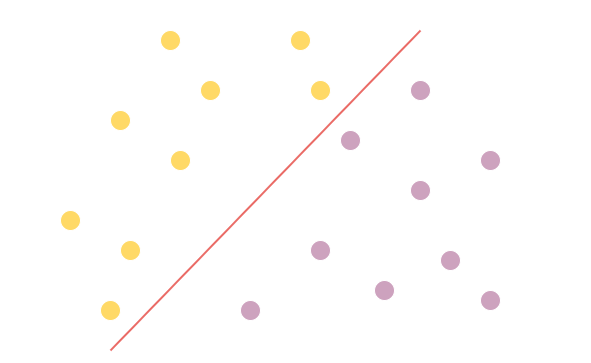
This is figures/lfi_svm.png from stefan-beuchert/HandGestureRecognizer, a draw.io export, as it was before one commit. Source tidied: cells renumbered, new cells last; positions are measured from the earlier drawing's top-left corner, leaving out a move shared by most shapes. Its diagram source:
```xml
<mxGraphModel background="#4D4D4D">
  <root>
    <mxCell id="0" />
    <mxCell id="1" parent="0" />
    <mxCell id="2" style="endArrow=classic;html=1;rounded=0;strokeColor=#FFFFFF;strokeWidth=2;" parent="1" edge="1">
      <mxGeometry relative="1" as="geometry">
        <mxPoint x="50" y="340" as="sourcePoint" />
        <mxPoint x="50" y="20" as="targetPoint" />
      </mxGeometry>
    </mxCell>
    <mxCell id="3" style="endArrow=classic;html=1;rounded=0;strokeColor=#FFFFFF;strokeWidth=2;" parent="1" edge="1">
      <mxGeometry relative="1" as="geometry">
        <mxPoint x="50" y="340" as="sourcePoint" />
        <mxPoint x="540" y="340" as="targetPoint" />
      </mxGeometry>
    </mxCell>
    <mxCell id="4" style="endArrow=none;html=1;rounded=0;strokeColor=#EA6B66;strokeWidth=2;" parent="1" edge="1">
      <mxGeometry relative="1" as="geometry">
        <mxPoint x="110" y="350" as="sourcePoint" />
        <mxPoint x="420" y="30" as="targetPoint" />
      </mxGeometry>
    </mxCell>
    <mxCell id="5" style="ellipse;whiteSpace=wrap;html=1;strokeColor=#FFFFFF;fillColor=#FFD966;" parent="1" vertex="1">
      <mxGeometry x="290" y="30" width="20" height="20" as="geometry" />
    </mxCell>
    <mxCell id="6" style="ellipse;whiteSpace=wrap;html=1;strokeColor=#FFFFFF;fillColor=#FFD966;" parent="1" vertex="1">
      <mxGeometry x="110" y="110" width="20" height="20" as="geometry" />
    </mxCell>
    <mxCell id="7" style="ellipse;whiteSpace=wrap;html=1;strokeColor=#FFFFFF;fillColor=#FFD966;" parent="1" vertex="1">
      <mxGeometry x="170" y="150" width="20" height="20" as="geometry" />
    </mxCell>
    <mxCell id="8" style="ellipse;whiteSpace=wrap;html=1;strokeColor=#FFFFFF;fillColor=#FFD966;" parent="1" vertex="1">
      <mxGeometry x="120" y="240" width="20" height="20" as="geometry" />
    </mxCell>
    <mxCell id="9" style="ellipse;whiteSpace=wrap;html=1;strokeColor=#FFFFFF;fillColor=#FFD966;" parent="1" vertex="1">
      <mxGeometry x="160" y="30" width="20" height="20" as="geometry" />
    </mxCell>
    <mxCell id="10" style="ellipse;whiteSpace=wrap;html=1;strokeColor=#FFFFFF;fillColor=#FFD966;" parent="1" vertex="1">
      <mxGeometry x="200" y="80" width="20" height="20" as="geometry" />
    </mxCell>
    <mxCell id="11" style="ellipse;whiteSpace=wrap;html=1;strokeColor=#FFFFFF;fillColor=#FFD966;" parent="1" vertex="1">
      <mxGeometry x="60" y="210" width="20" height="20" as="geometry" />
    </mxCell>
    <mxCell id="12" style="ellipse;whiteSpace=wrap;html=1;strokeColor=#FFFFFF;fillColor=#CDA2BE;" parent="1" vertex="1">
      <mxGeometry x="410" y="80" width="20" height="20" as="geometry" />
    </mxCell>
    <mxCell id="13" style="ellipse;whiteSpace=wrap;html=1;strokeColor=#FFFFFF;fillColor=#CDA2BE;" parent="1" vertex="1">
      <mxGeometry x="440" y="250" width="20" height="20" as="geometry" />
    </mxCell>
    <mxCell id="14" style="ellipse;whiteSpace=wrap;html=1;strokeColor=#FFFFFF;fillColor=#CDA2BE;" parent="1" vertex="1">
      <mxGeometry x="310" y="240" width="20" height="20" as="geometry" />
    </mxCell>
    <mxCell id="15" style="ellipse;whiteSpace=wrap;html=1;strokeColor=#FFFFFF;fillColor=#CDA2BE;" parent="1" vertex="1">
      <mxGeometry x="480" y="290" width="20" height="20" as="geometry" />
    </mxCell>
    <mxCell id="16" style="ellipse;whiteSpace=wrap;html=1;strokeColor=#FFFFFF;fillColor=#CDA2BE;" parent="1" vertex="1">
      <mxGeometry x="374" y="280" width="20" height="20" as="geometry" />
    </mxCell>
    <mxCell id="17" style="ellipse;whiteSpace=wrap;html=1;strokeColor=#FFFFFF;fillColor=#CDA2BE;" parent="1" vertex="1">
      <mxGeometry x="240" y="300" width="20" height="20" as="geometry" />
    </mxCell>
    <mxCell id="18" style="ellipse;whiteSpace=wrap;html=1;strokeColor=#FFFFFF;fillColor=#CDA2BE;" parent="1" vertex="1">
      <mxGeometry x="480" y="150" width="20" height="20" as="geometry" />
    </mxCell>
    <mxCell id="19" style="ellipse;whiteSpace=wrap;html=1;strokeColor=#FFFFFF;fillColor=#CDA2BE;" parent="1" vertex="1">
      <mxGeometry x="410" y="180" width="20" height="20" as="geometry" />
    </mxCell>
    <mxCell id="20" style="endArrow=none;dashed=1;html=1;rounded=0;strokeColor=#FFFFFF;strokeWidth=2;startArrow=none;" parent="1" edge="1" source="22">
      <mxGeometry relative="1" as="geometry">
        <mxPoint x="440" y="50" as="targetPoint" />
      </mxGeometry>
    </mxCell>
    <mxCell id="21" style="endArrow=none;dashed=1;html=1;rounded=0;strokeColor=#FFFFFF;strokeWidth=2;startArrow=none;" parent="1" edge="1" source="24">
      <mxGeometry relative="1" as="geometry">
        <mxPoint x="390" y="20" as="targetPoint" />
      </mxGeometry>
    </mxCell>
    <mxCell id="22" style="ellipse;whiteSpace=wrap;html=1;strokeColor=#FFFFFF;fillColor=#CDA2BE;" parent="1" vertex="1">
      <mxGeometry x="340" y="130" width="20" height="20" as="geometry" />
    </mxCell>
    <mxCell id="23" style="endArrow=none;dashed=1;html=1;rounded=0;strokeColor=#FFFFFF;strokeWidth=2;" parent="1" edge="1" target="22">
      <mxGeometry relative="1" as="geometry">
        <mxPoint x="140" y="360" as="sourcePoint" />
      </mxGeometry>
    </mxCell>
    <mxCell id="24" style="ellipse;whiteSpace=wrap;html=1;strokeColor=#FFFFFF;fillColor=#FFD966;" parent="1" vertex="1">
      <mxGeometry x="310" y="80" width="20" height="20" as="geometry" />
    </mxCell>
    <mxCell id="25" style="endArrow=none;dashed=1;html=1;rounded=0;strokeColor=#FFFFFF;strokeWidth=2;startArrow=none;" parent="1" edge="1" source="26" target="24">
      <mxGeometry relative="1" as="geometry" />
    </mxCell>
    <mxCell id="26" style="ellipse;whiteSpace=wrap;html=1;strokeColor=#FFFFFF;fillColor=#FFD966;" parent="1" vertex="1">
      <mxGeometry x="100" y="300" width="20" height="20" as="geometry" />
    </mxCell>
    <mxCell id="27" style="endArrow=none;dashed=1;html=1;rounded=0;strokeColor=#FFFFFF;strokeWidth=2;" parent="1" edge="1" target="26">
      <mxGeometry relative="1" as="geometry">
        <mxPoint x="80" y="340" as="sourcePoint" />
      </mxGeometry>
    </mxCell>
    <mxCell id="28" value="&lt;font color=&quot;#ffffff&quot; style=&quot;font-size: 15px&quot;&gt;x&lt;sub&gt;1&lt;/sub&gt;&lt;/font&gt;" style="text;html=1;strokeColor=none;fillColor=none;align=center;verticalAlign=middle;whiteSpace=wrap;rounded=0;" parent="1" vertex="1">
      <mxGeometry x="530" y="330" width="60" height="30" as="geometry" />
    </mxCell>
    <mxCell id="29" value="&lt;font color=&quot;#ffffff&quot; style=&quot;font-size: 15px&quot;&gt;x&lt;/font&gt;&lt;font color=&quot;#ffffff&quot; style=&quot;font-size: 12.5px&quot;&gt;&lt;sub&gt;2&lt;/sub&gt;&lt;/font&gt;" style="text;html=1;strokeColor=none;fillColor=none;align=center;verticalAlign=middle;whiteSpace=wrap;rounded=0;" parent="1" vertex="1">
      <mxGeometry width="60" height="30" as="geometry" />
    </mxCell>
  </root>
</mxGraphModel>
```
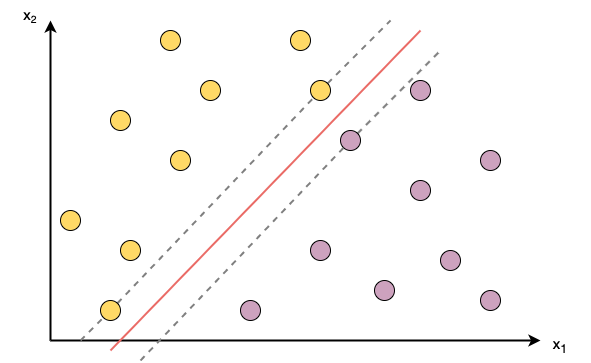
The same diagram one commit later.

Commit message:
Updated figures and figure layout

What changed in the source:
```diff
@@ -2,13 +2,13 @@
   <root>
     <mxCell id="0" />
     <mxCell id="1" parent="0" />
-    <mxCell id="2" style="endArrow=classic;html=1;rounded=0;strokeColor=#FFFFFF;strokeWidth=2;" parent="1" edge="1">
+    <mxCell id="2" style="endArrow=classic;html=1;rounded=0;strokeColor=#000000;strokeWidth=2;" parent="1" edge="1">
       <mxGeometry relative="1" as="geometry">
         <mxPoint x="50" y="340" as="sourcePoint" />
         <mxPoint x="50" y="20" as="targetPoint" />
       </mxGeometry>
     </mxCell>
-    <mxCell id="3" style="endArrow=classic;html=1;rounded=0;strokeColor=#FFFFFF;strokeWidth=2;" parent="1" edge="1">
+    <mxCell id="3" style="endArrow=classic;html=1;rounded=0;strokeColor=#000000;strokeWidth=2;" parent="1" edge="1">
       <mxGeometry relative="1" as="geometry">
         <mxPoint x="50" y="340" as="sourcePoint" />
         <mxPoint x="540" y="340" as="targetPoint" />
@@ -20,87 +20,87 @@
         <mxPoint x="420" y="30" as="targetPoint" />
       </mxGeometry>
     </mxCell>
-    <mxCell id="5" style="ellipse;whiteSpace=wrap;html=1;strokeColor=#FFFFFF;fillColor=#FFD966;" parent="1" vertex="1">
+    <mxCell id="5" style="ellipse;whiteSpace=wrap;html=1;strokeColor=#000000;fillColor=#FFD966;" parent="1" vertex="1">
       <mxGeometry x="290" y="30" width="20" height="20" as="geometry" />
     </mxCell>
-    <mxCell id="6" style="ellipse;whiteSpace=wrap;html=1;strokeColor=#FFFFFF;fillColor=#FFD966;" parent="1" vertex="1">
+    <mxCell id="6" style="ellipse;whiteSpace=wrap;html=1;strokeColor=#000000;fillColor=#FFD966;" parent="1" vertex="1">
       <mxGeometry x="110" y="110" width="20" height="20" as="geometry" />
     </mxCell>
-    <mxCell id="7" style="ellipse;whiteSpace=wrap;html=1;strokeColor=#FFFFFF;fillColor=#FFD966;" parent="1" vertex="1">
+    <mxCell id="7" style="ellipse;whiteSpace=wrap;html=1;strokeColor=#000000;fillColor=#FFD966;" parent="1" vertex="1">
       <mxGeometry x="170" y="150" width="20" height="20" as="geometry" />
     </mxCell>
-    <mxCell id="8" style="ellipse;whiteSpace=wrap;html=1;strokeColor=#FFFFFF;fillColor=#FFD966;" parent="1" vertex="1">
+    <mxCell id="8" style="ellipse;whiteSpace=wrap;html=1;strokeColor=#000000;fillColor=#FFD966;" parent="1" vertex="1">
       <mxGeometry x="120" y="240" width="20" height="20" as="geometry" />
     </mxCell>
-    <mxCell id="9" style="ellipse;whiteSpace=wrap;html=1;strokeColor=#FFFFFF;fillColor=#FFD966;" parent="1" vertex="1">
+    <mxCell id="9" style="ellipse;whiteSpace=wrap;html=1;strokeColor=#000000;fillColor=#FFD966;" parent="1" vertex="1">
       <mxGeometry x="160" y="30" width="20" height="20" as="geometry" />
     </mxCell>
-    <mxCell id="10" style="ellipse;whiteSpace=wrap;html=1;strokeColor=#FFFFFF;fillColor=#FFD966;" parent="1" vertex="1">
+    <mxCell id="10" style="ellipse;whiteSpace=wrap;html=1;strokeColor=#000000;fillColor=#FFD966;" parent="1" vertex="1">
       <mxGeometry x="200" y="80" width="20" height="20" as="geometry" />
     </mxCell>
-    <mxCell id="11" style="ellipse;whiteSpace=wrap;html=1;strokeColor=#FFFFFF;fillColor=#FFD966;" parent="1" vertex="1">
+    <mxCell id="11" style="ellipse;whiteSpace=wrap;html=1;strokeColor=#000000;fillColor=#FFD966;" parent="1" vertex="1">
       <mxGeometry x="60" y="210" width="20" height="20" as="geometry" />
     </mxCell>
-    <mxCell id="12" style="ellipse;whiteSpace=wrap;html=1;strokeColor=#FFFFFF;fillColor=#CDA2BE;" parent="1" vertex="1">
+    <mxCell id="12" style="ellipse;whiteSpace=wrap;html=1;strokeColor=#000000;fillColor=#CDA2BE;" parent="1" vertex="1">
       <mxGeometry x="410" y="80" width="20" height="20" as="geometry" />
     </mxCell>
-    <mxCell id="13" style="ellipse;whiteSpace=wrap;html=1;strokeColor=#FFFFFF;fillColor=#CDA2BE;" parent="1" vertex="1">
+    <mxCell id="13" style="ellipse;whiteSpace=wrap;html=1;strokeColor=#000000;fillColor=#CDA2BE;" parent="1" vertex="1">
       <mxGeometry x="440" y="250" width="20" height="20" as="geometry" />
     </mxCell>
-    <mxCell id="14" style="ellipse;whiteSpace=wrap;html=1;strokeColor=#FFFFFF;fillColor=#CDA2BE;" parent="1" vertex="1">
+    <mxCell id="14" style="ellipse;whiteSpace=wrap;html=1;strokeColor=#000000;fillColor=#CDA2BE;" parent="1" vertex="1">
       <mxGeometry x="310" y="240" width="20" height="20" as="geometry" />
     </mxCell>
-    <mxCell id="15" style="ellipse;whiteSpace=wrap;html=1;strokeColor=#FFFFFF;fillColor=#CDA2BE;" parent="1" vertex="1">
+    <mxCell id="15" style="ellipse;whiteSpace=wrap;html=1;strokeColor=#000000;fillColor=#CDA2BE;" parent="1" vertex="1">
       <mxGeometry x="480" y="290" width="20" height="20" as="geometry" />
     </mxCell>
-    <mxCell id="16" style="ellipse;whiteSpace=wrap;html=1;strokeColor=#FFFFFF;fillColor=#CDA2BE;" parent="1" vertex="1">
+    <mxCell id="16" style="ellipse;whiteSpace=wrap;html=1;strokeColor=#000000;fillColor=#CDA2BE;" parent="1" vertex="1">
       <mxGeometry x="374" y="280" width="20" height="20" as="geometry" />
     </mxCell>
-    <mxCell id="17" style="ellipse;whiteSpace=wrap;html=1;strokeColor=#FFFFFF;fillColor=#CDA2BE;" parent="1" vertex="1">
+    <mxCell id="17" style="ellipse;whiteSpace=wrap;html=1;strokeColor=#000000;fillColor=#CDA2BE;" parent="1" vertex="1">
       <mxGeometry x="240" y="300" width="20" height="20" as="geometry" />
     </mxCell>
-    <mxCell id="18" style="ellipse;whiteSpace=wrap;html=1;strokeColor=#FFFFFF;fillColor=#CDA2BE;" parent="1" vertex="1">
+    <mxCell id="18" style="ellipse;whiteSpace=wrap;html=1;strokeColor=#000000;fillColor=#CDA2BE;" parent="1" vertex="1">
       <mxGeometry x="480" y="150" width="20" height="20" as="geometry" />
     </mxCell>
-    <mxCell id="19" style="ellipse;whiteSpace=wrap;html=1;strokeColor=#FFFFFF;fillColor=#CDA2BE;" parent="1" vertex="1">
+    <mxCell id="19" style="ellipse;whiteSpace=wrap;html=1;strokeColor=#000000;fillColor=#CDA2BE;" parent="1" vertex="1">
       <mxGeometry x="410" y="180" width="20" height="20" as="geometry" />
     </mxCell>
-    <mxCell id="20" style="endArrow=none;dashed=1;html=1;rounded=0;strokeColor=#FFFFFF;strokeWidth=2;startArrow=none;" parent="1" edge="1" source="22">
+    <mxCell id="20" style="endArrow=none;dashed=1;html=1;rounded=0;strokeColor=#808080;strokeWidth=2;startArrow=none;" parent="1" edge="1" source="22">
       <mxGeometry relative="1" as="geometry">
         <mxPoint x="440" y="50" as="targetPoint" />
       </mxGeometry>
     </mxCell>
-    <mxCell id="21" style="endArrow=none;dashed=1;html=1;rounded=0;strokeColor=#FFFFFF;strokeWidth=2;startArrow=none;" parent="1" edge="1" source="24">
+    <mxCell id="21" style="endArrow=none;dashed=1;html=1;rounded=0;strokeColor=#808080;strokeWidth=2;startArrow=none;" parent="1" edge="1" source="24">
       <mxGeometry relative="1" as="geometry">
         <mxPoint x="390" y="20" as="targetPoint" />
       </mxGeometry>
     </mxCell>
-    <mxCell id="22" style="ellipse;whiteSpace=wrap;html=1;strokeColor=#FFFFFF;fillColor=#CDA2BE;" parent="1" vertex="1">
+    <mxCell id="22" style="ellipse;whiteSpace=wrap;html=1;strokeColor=#000000;fillColor=#CDA2BE;" parent="1" vertex="1">
       <mxGeometry x="340" y="130" width="20" height="20" as="geometry" />
     </mxCell>
-    <mxCell id="23" style="endArrow=none;dashed=1;html=1;rounded=0;strokeColor=#FFFFFF;strokeWidth=2;" parent="1" edge="1" target="22">
+    <mxCell id="23" style="endArrow=none;dashed=1;html=1;rounded=0;strokeColor=#808080;strokeWidth=2;" parent="1" edge="1" target="22">
       <mxGeometry relative="1" as="geometry">
         <mxPoint x="140" y="360" as="sourcePoint" />
       </mxGeometry>
     </mxCell>
-    <mxCell id="24" style="ellipse;whiteSpace=wrap;html=1;strokeColor=#FFFFFF;fillColor=#FFD966;" parent="1" vertex="1">
+    <mxCell id="24" style="ellipse;whiteSpace=wrap;html=1;strokeColor=#000000;fillColor=#FFD966;" parent="1" vertex="1">
       <mxGeometry x="310" y="80" width="20" height="20" as="geometry" />
     </mxCell>
-    <mxCell id="25" style="endArrow=none;dashed=1;html=1;rounded=0;strokeColor=#FFFFFF;strokeWidth=2;startArrow=none;" parent="1" edge="1" source="26" target="24">
+    <mxCell id="25" style="endArrow=none;dashed=1;html=1;rounded=0;strokeColor=#808080;strokeWidth=2;startArrow=none;" parent="1" edge="1" source="26" target="24">
       <mxGeometry relative="1" as="geometry" />
     </mxCell>
-    <mxCell id="26" style="ellipse;whiteSpace=wrap;html=1;strokeColor=#FFFFFF;fillColor=#FFD966;" parent="1" vertex="1">
+    <mxCell id="26" style="ellipse;whiteSpace=wrap;html=1;strokeColor=#000000;fillColor=#FFD966;" parent="1" vertex="1">
       <mxGeometry x="100" y="300" width="20" height="20" as="geometry" />
     </mxCell>
-    <mxCell id="27" style="endArrow=none;dashed=1;html=1;rounded=0;strokeColor=#FFFFFF;strokeWidth=2;" parent="1" edge="1" target="26">
+    <mxCell id="27" style="endArrow=none;dashed=1;html=1;rounded=0;strokeColor=#808080;strokeWidth=2;" parent="1" edge="1" target="26">
       <mxGeometry relative="1" as="geometry">
         <mxPoint x="80" y="340" as="sourcePoint" />
       </mxGeometry>
     </mxCell>
-    <mxCell id="28" value="&lt;font color=&quot;#ffffff&quot; style=&quot;font-size: 15px&quot;&gt;x&lt;sub&gt;1&lt;/sub&gt;&lt;/font&gt;" style="text;html=1;strokeColor=none;fillColor=none;align=center;verticalAlign=middle;whiteSpace=wrap;rounded=0;" parent="1" vertex="1">
+    <mxCell id="28" value="&lt;font style=&quot;font-size: 15px&quot;&gt;x&lt;sub&gt;1&lt;/sub&gt;&lt;/font&gt;" style="text;html=1;strokeColor=none;fillColor=none;align=center;verticalAlign=middle;whiteSpace=wrap;rounded=0;fontColor=#000000;" parent="1" vertex="1">
       <mxGeometry x="530" y="330" width="60" height="30" as="geometry" />
     </mxCell>
-    <mxCell id="29" value="&lt;font color=&quot;#ffffff&quot; style=&quot;font-size: 15px&quot;&gt;x&lt;/font&gt;&lt;font color=&quot;#ffffff&quot; style=&quot;font-size: 12.5px&quot;&gt;&lt;sub&gt;2&lt;/sub&gt;&lt;/font&gt;" style="text;html=1;strokeColor=none;fillColor=none;align=center;verticalAlign=middle;whiteSpace=wrap;rounded=0;" parent="1" vertex="1">
+    <mxCell id="29" value="&lt;font style=&quot;font-size: 15px&quot;&gt;x&lt;/font&gt;&lt;font style=&quot;font-size: 12.5px&quot;&gt;&lt;sub&gt;2&lt;/sub&gt;&lt;/font&gt;" style="text;html=1;strokeColor=none;fillColor=none;align=center;verticalAlign=middle;whiteSpace=wrap;rounded=0;fontColor=#000000;" parent="1" vertex="1">
       <mxGeometry width="60" height="30" as="geometry" />
     </mxCell>
   </root>
```
